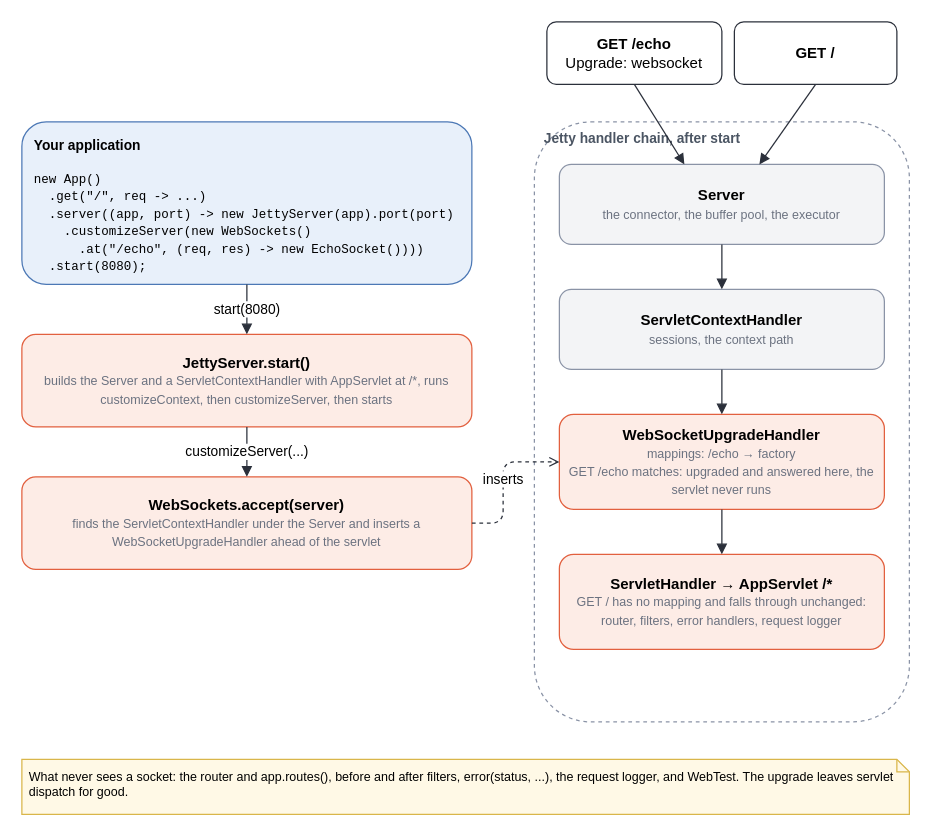
The draw.io diagram manual/diagrams/websocket-wiring.drawio in benelog/spider-silk, before the edit. Source tidied: cells renumbered, new cells numbered last; positions are measured from the earlier drawing's top-left corner, leaving out a move shared by most shapes. Both pictures are drawn from the tidied source at 125%, with x=0, y=0 at pixel (21, 21).
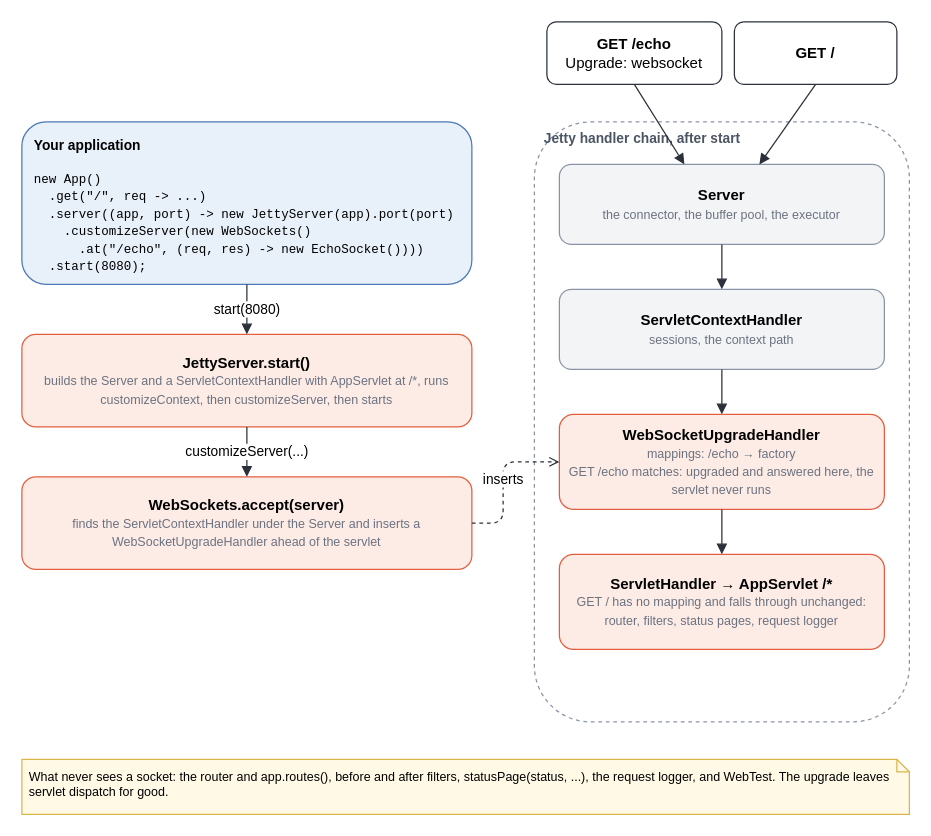
After the change.

Diff of the diagram source:
```diff
@@
-    <mxCell id="13" value="&lt;b&gt;ServletHandler → AppServlet /*&lt;/b&gt;&lt;br&gt;&lt;font style=&quot;font-size: 10px&quot; color=&quot;#6b7280&quot;&gt;GET / has no mapping and falls through unchanged:&lt;br&gt;router, filters, error handlers, request logger&lt;/font&gt;" style="rounded=1;whiteSpace=wrap;html=1;fontSize=12;fontFamily=Helvetica;verticalAlign=middle;fillColor=#fdece6;strokeColor=#e2603f;" parent="1" vertex="1">
+    <mxCell id="13" value="&lt;b&gt;ServletHandler → AppServlet /*&lt;/b&gt;&lt;br&gt;&lt;font style=&quot;font-size: 10px&quot; color=&quot;#6b7280&quot;&gt;GET / has no mapping and falls through unchanged:&lt;br&gt;router, filters, status pages, request logger&lt;/font&gt;" style="rounded=1;whiteSpace=wrap;html=1;fontSize=12;fontFamily=Helvetica;verticalAlign=middle;fillColor=#fdece6;strokeColor=#e2603f;" parent="1" vertex="1">
       <mxGeometry x="430" y="426" width="260" height="76" as="geometry" />
     </mxCell>
@@
-    <mxCell id="20" value="What never sees a socket: the router and app.routes(), before and after filters, error(status, ...), the request logger, and WebTest. The upgrade leaves servlet dispatch for good." style="shape=note;whiteSpace=wrap;html=1;size=10;fillColor=#fff9e6;strokeColor=#d9b64a;fontSize=10;align=left;verticalAlign=top;spacingLeft=4;spacingTop=2;fontFamily=Helvetica;" parent="1" vertex="1">
+    <mxCell id="20" value="What never sees a socket: the router and app.routes(), before and after filters, statusPage(status, ...), the request logger, and WebTest. The upgrade leaves servlet dispatch for good." style="shape=note;whiteSpace=wrap;html=1;size=10;fillColor=#fff9e6;strokeColor=#d9b64a;fontSize=10;align=left;verticalAlign=top;spacingLeft=4;spacingTop=2;fontFamily=Helvetica;" parent="1" vertex="1">
       <mxGeometry y="590" width="710" height="44" as="geometry" />
     </mxCell>
```
